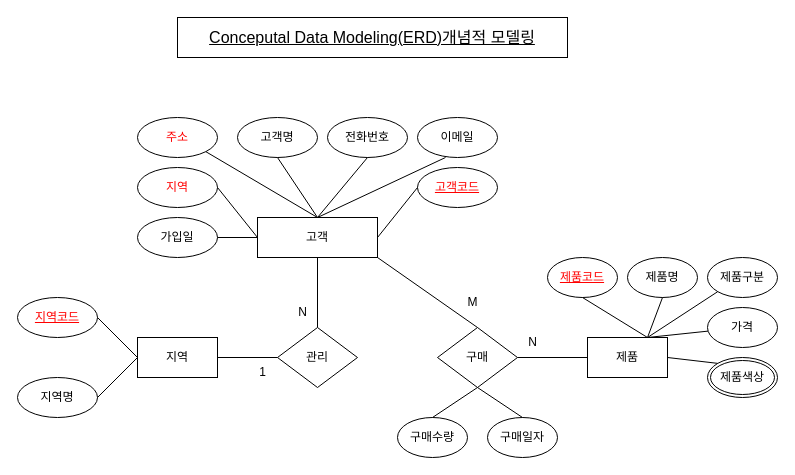
Earlier version of the draw.io diagram page "페이지-1" (1 of 2) of erd.drawio (jrjosh1207/ai8erd). Source tidied: cells renumbered, new cells numbered last; positions are measured from the earlier drawing's top-left corner, leaving out a move shared by most shapes. Both pictures are drawn from the tidied source at 100%, with x=0, y=0 at pixel (17, 17).
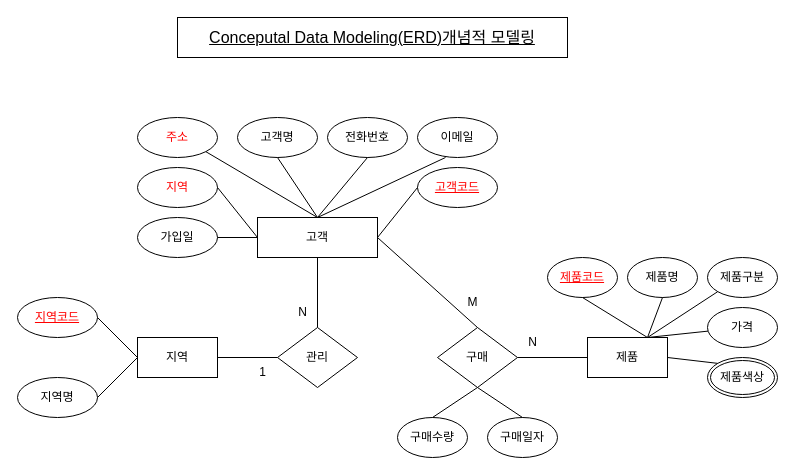
After the change.

Unchanged cells that the change refers to:
```xml
<mxCell id="2" value="고객" style="whiteSpace=wrap;html=1;align=center;" parent="1" vertex="1">
  <mxGeometry x="240" y="200" width="120" height="40" as="geometry" />
</mxCell>
<mxCell id="36" value="구매" style="rhombus;whiteSpace=wrap;html=1;" parent="1" vertex="1">
  <mxGeometry x="420" y="310" width="80" height="60" as="geometry" />
</mxCell>
```

What changed in the source:
```diff
@@
-    <mxCell id="37" style="endArrow=none;html=1;rounded=0;exitX=1;exitY=1;exitDx=0;exitDy=0;entryX=0.5;entryY=0;entryDx=0;entryDy=0;" parent="1" edge="1" source="2" target="36">
+    <mxCell id="37" style="endArrow=none;html=1;rounded=0;exitX=1;exitY=0.5;exitDx=0;exitDy=0;entryX=0.5;entryY=0;entryDx=0;entryDy=0;" parent="1" edge="1" source="2" target="36">
       <mxGeometry relative="1" as="geometry" />
     </mxCell>
```
